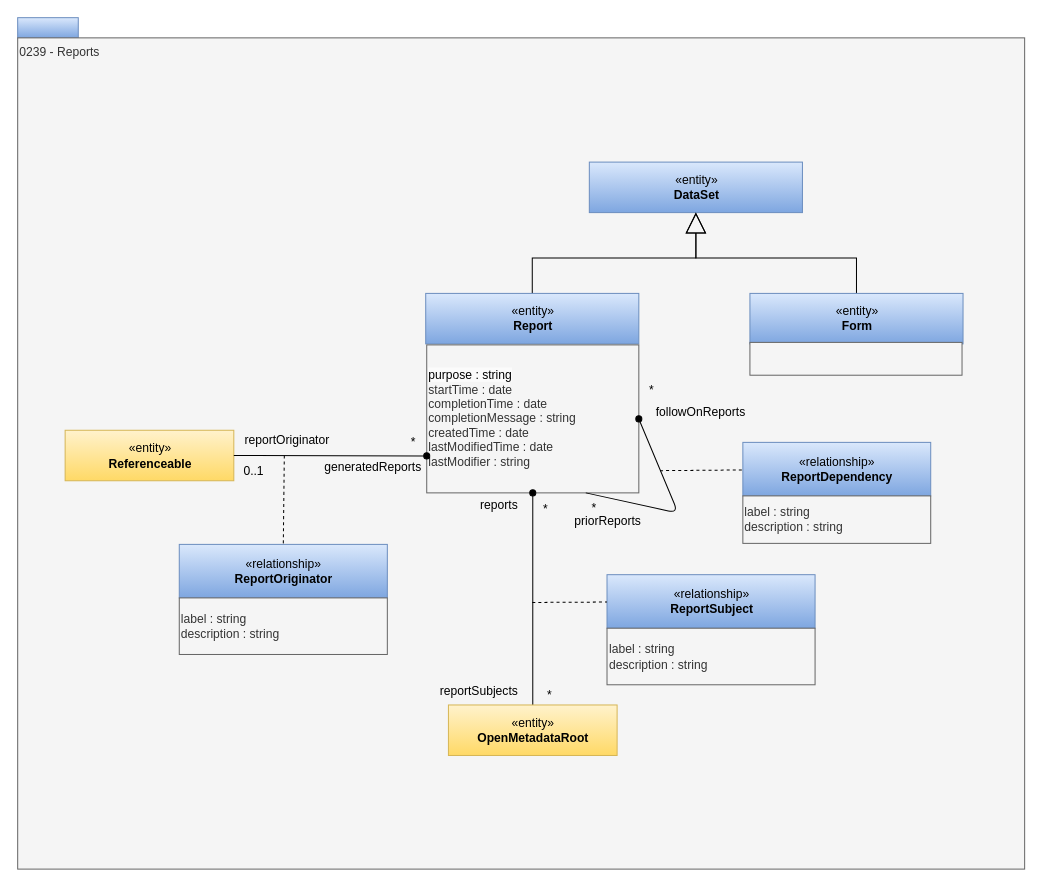
Before: page "0239-Reports" (21 of 26) of site/docs/types/2/area-2-assets.drawio in odpi/egeria-docs, a draw.io diagram. Source tidied: cells renumbered, new cells numbered last; positions are measured from the earlier drawing's top-left corner, leaving out a move shared by most shapes. Both pictures are drawn from the tidied source at 101%, with x=0, y=0 at pixel (17, 17).
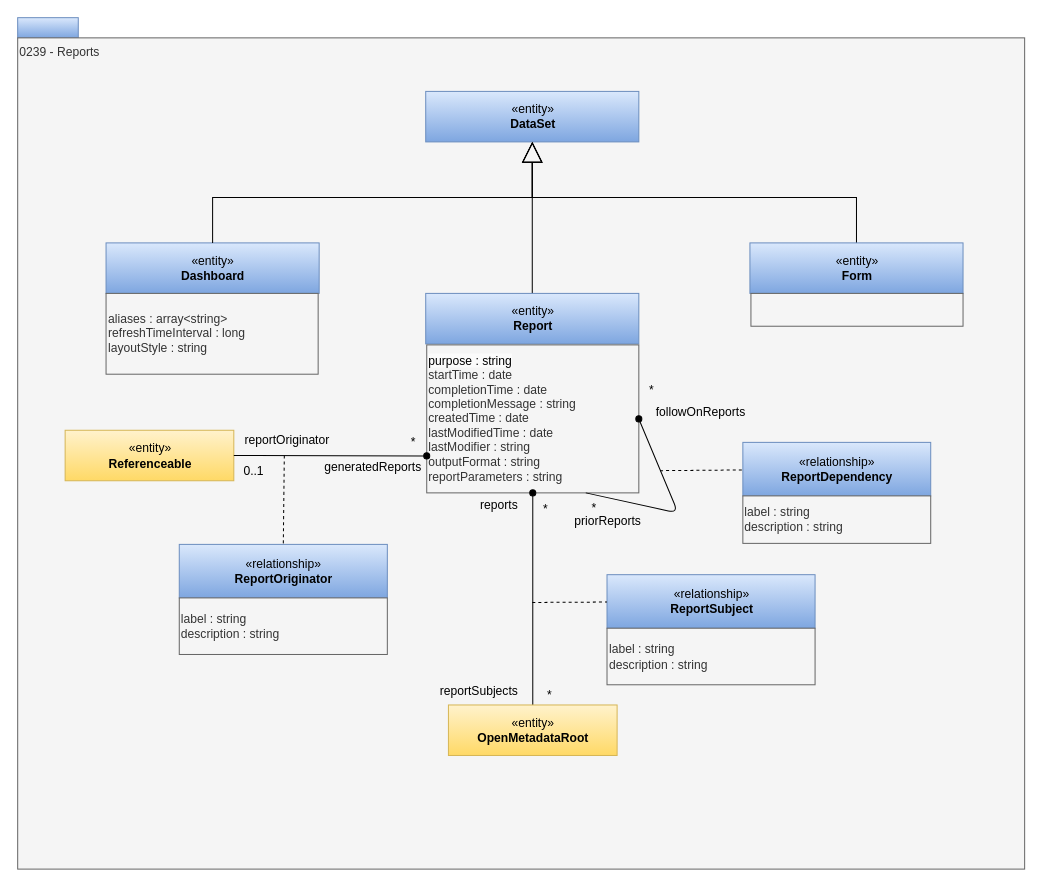
The same diagram, later.

Diff of the diagram source:
```diff
@@
     <mxCell id="4" value="«entity»&lt;br&gt;&lt;b&gt;DataSet&lt;/b&gt;" style="html=1;strokeColor=#6c8ebf;align=center;fillColor=#dae8fc;gradientColor=#7ea6e0;" parent="1" vertex="1">
-      <mxGeometry x="566" y="143" width="211" height="50" as="geometry" />
+      <mxGeometry x="404" y="73" width="211" height="50" as="geometry" />
     </mxCell>
@@
-    <mxCell id="7" value="&lt;div&gt;&lt;span style=&quot;color: rgb(0, 0, 0); background-color: rgb(251, 251, 251);&quot;&gt;purpose : string&lt;/span&gt;&lt;br style=&quot;color: rgb(0, 0, 0);&quot;&gt;startTime : date&lt;br&gt;&lt;div&gt;completionTime : date&lt;/div&gt;&lt;div&gt;completionMessage : string&lt;/div&gt;&lt;div&gt;createdTime : date&lt;/div&gt;&lt;div&gt;lastModifiedTime : date&lt;br&gt;lastModifier : string&lt;/div&gt;&lt;/div&gt;" style="rounded=0;whiteSpace=wrap;html=1;strokeColor=#666666;align=left;fillColor=#f5f5f5;fontColor=#333333;" parent="1" vertex="1">
+    <mxCell id="7" value="&lt;div&gt;&lt;span style=&quot;color: rgb(0, 0, 0); background-color: rgb(251, 251, 251);&quot;&gt;purpose : string&lt;/span&gt;&lt;br style=&quot;color: rgb(0, 0, 0);&quot;&gt;startTime : date&lt;br&gt;&lt;div&gt;completionTime : date&lt;/div&gt;&lt;div&gt;completionMessage : string&lt;/div&gt;&lt;div&gt;createdTime : date&lt;/div&gt;&lt;div&gt;lastModifiedTime : date&lt;br&gt;lastModifier : string&lt;/div&gt;&lt;div&gt;&lt;span style=&quot;background-color: transparent; color: light-dark(rgb(51, 51, 51), rgb(193, 193, 193));&quot;&gt;outputFormat : string&lt;/span&gt;&lt;/div&gt;&lt;div&gt;&lt;span style=&quot;background-color: transparent; color: light-dark(rgb(51, 51, 51), rgb(193, 193, 193));&quot;&gt;reportParameters : string&lt;/span&gt;&lt;/div&gt;&lt;/div&gt;" style="rounded=0;whiteSpace=wrap;html=1;strokeColor=#666666;align=left;fillColor=#f5f5f5;fontColor=#333333;" parent="1" vertex="1">
       <mxGeometry x="405" y="324" width="210" height="146.5" as="geometry" />
     </mxCell>
@@
     <mxCell id="9" value="«entity»&lt;br&gt;&lt;b&gt;Form&lt;/b&gt;" style="html=1;strokeColor=#6c8ebf;align=center;fillColor=#dae8fc;gradientColor=#7ea6e0;" parent="1" vertex="1">
-      <mxGeometry x="725" y="273" width="211" height="50" as="geometry" />
+      <mxGeometry x="725" y="223" width="211" height="50" as="geometry" />
     </mxCell>
     <mxCell id="10" style="rounded=0;whiteSpace=wrap;html=1;strokeColor=#666666;align=left;fillColor=#f5f5f5;fontColor=#333333;" parent="1" vertex="1">
-      <mxGeometry x="725" y="321.5" width="210" height="32.5" as="geometry" />
+      <mxGeometry x="726" y="273" width="210" height="32.5" as="geometry" />
     </mxCell>
@@
+    <mxCell id="37" value="«entity»&lt;br&gt;&lt;b&gt;Dashboard&lt;/b&gt;" style="html=1;strokeColor=#6c8ebf;align=center;fillColor=#dae8fc;gradientColor=#7ea6e0;" parent="1" vertex="1">
+      <mxGeometry x="87.5" y="223" width="211" height="50" as="geometry" />
+    </mxCell>
+    <mxCell id="38" value="&lt;p&gt;&lt;span style=&quot;background-color: transparent; color: light-dark(rgb(51, 51, 51), rgb(193, 193, 193));&quot;&gt;aliases : array&amp;lt;string&amp;gt;&lt;/span&gt;&lt;br&gt;&lt;span style=&quot;background-color: transparent; color: light-dark(rgb(51, 51, 51), rgb(193, 193, 193));&quot;&gt;refreshTimeInterval : long&lt;/span&gt;&lt;br&gt;&lt;span style=&quot;background-color: transparent; color: light-dark(rgb(51, 51, 51), rgb(193, 193, 193));&quot;&gt;layoutStyle : string&lt;/span&gt;&lt;/p&gt;" style="rounded=0;whiteSpace=wrap;html=1;strokeColor=#666666;align=left;fillColor=#f5f5f5;fontColor=#333333;" parent="1" vertex="1">
+      <mxGeometry x="87.5" y="273" width="210" height="80" as="geometry" />
+    </mxCell>
+    <mxCell id="39" style="edgeStyle=orthogonalEdgeStyle;rounded=0;jettySize=auto;html=1;exitX=0.5;exitY=0;exitDx=0;exitDy=0;strokeWidth=1;endArrow=block;endFill=0;endSize=18;entryX=0.5;entryY=1;entryDx=0;entryDy=0;" parent="1" edge="1" source="37" target="4">
+      <mxGeometry x="-0.21" relative="1" as="geometry" />
+    </mxCell>
```
